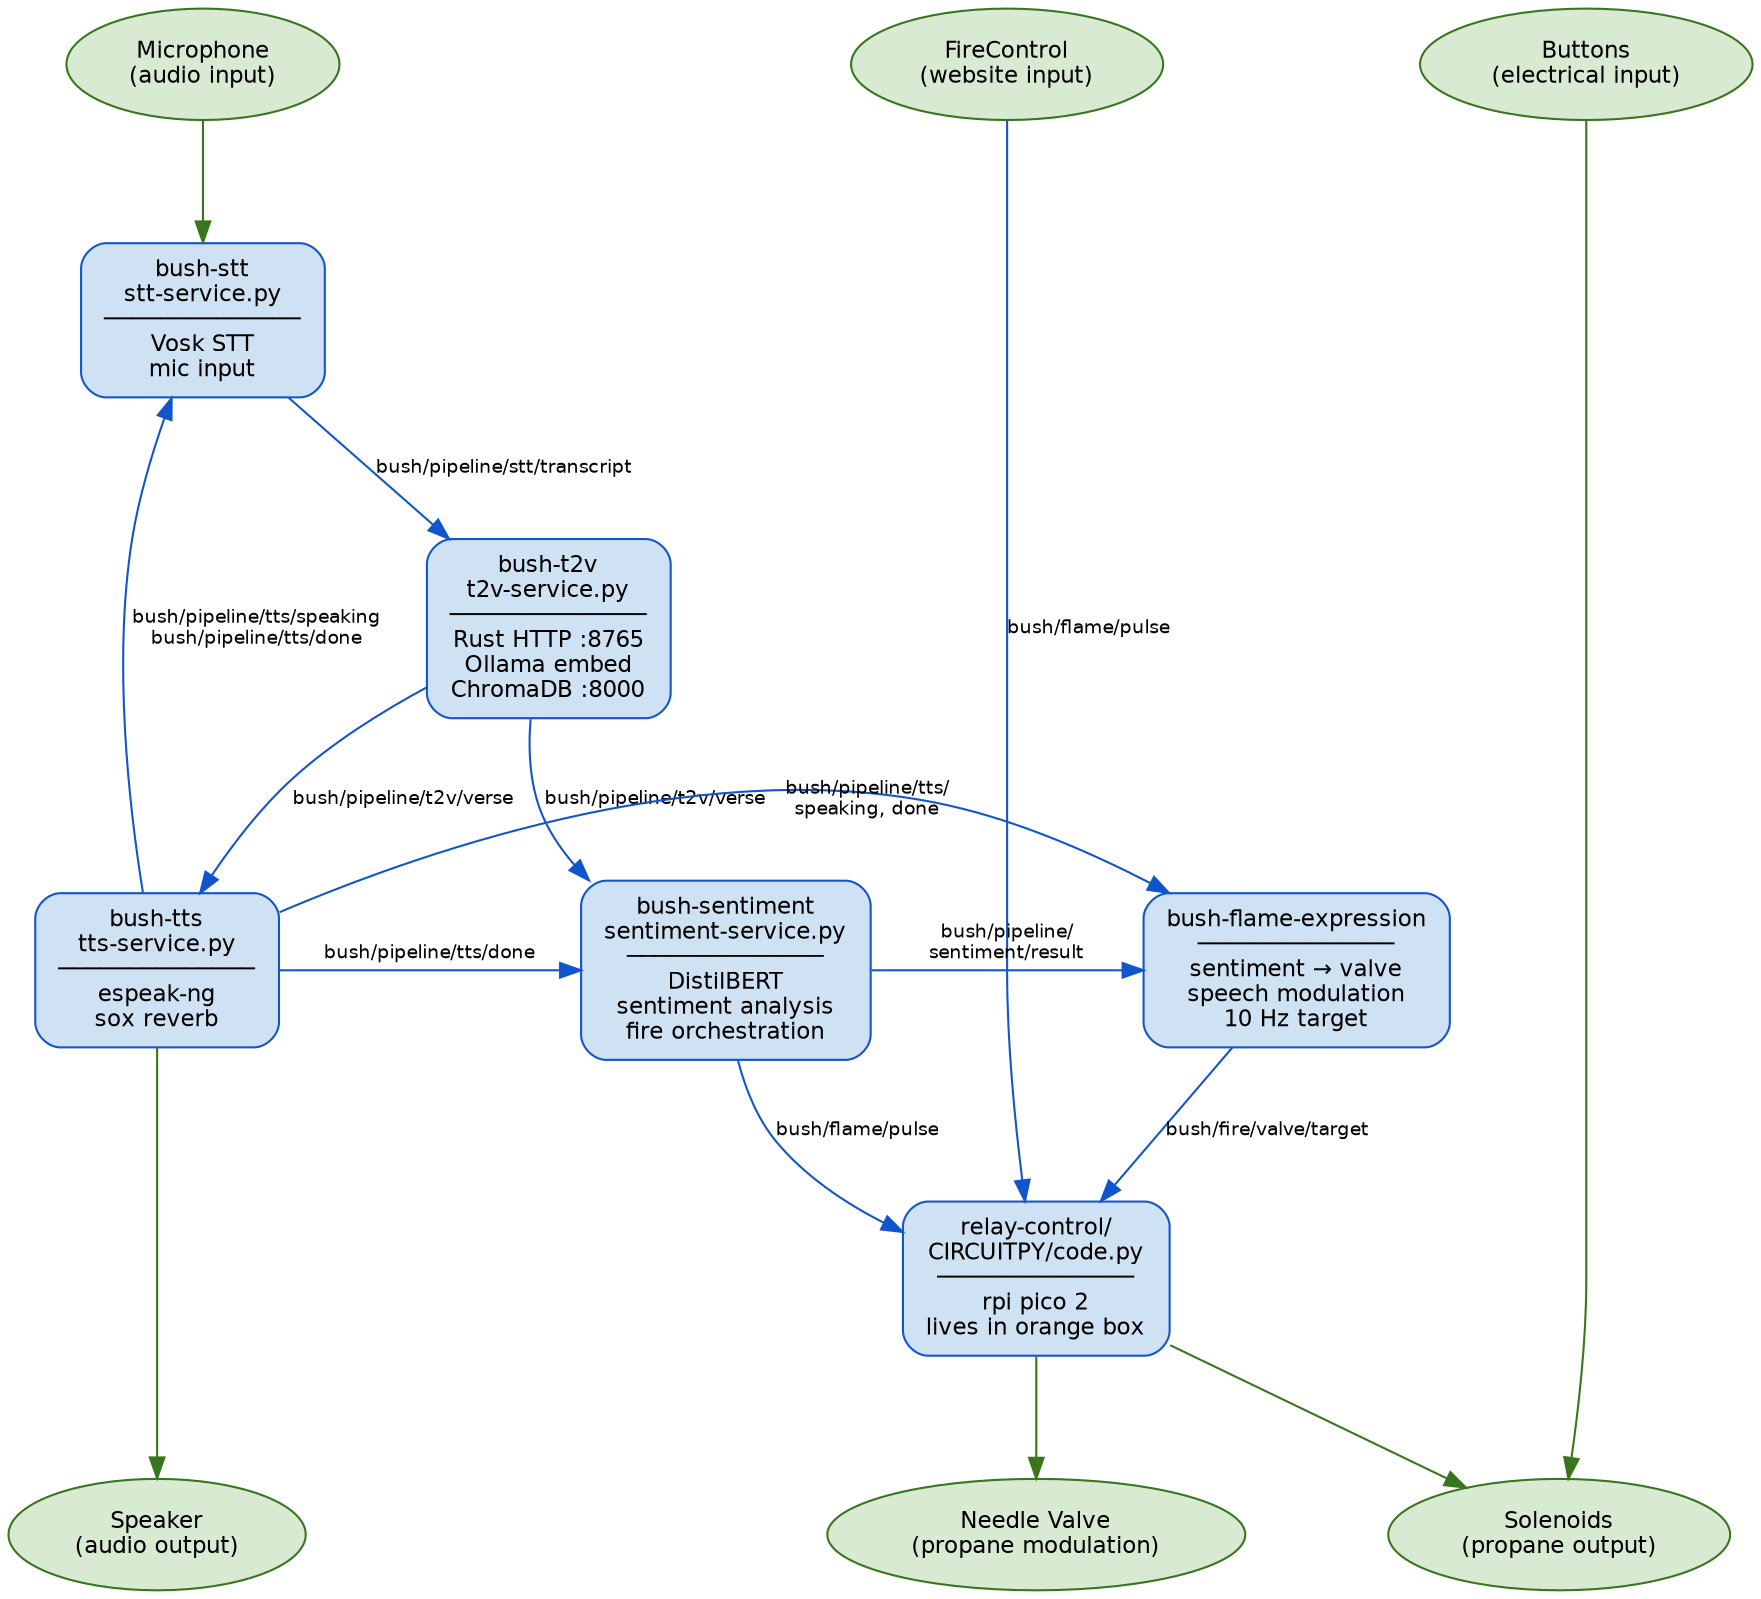
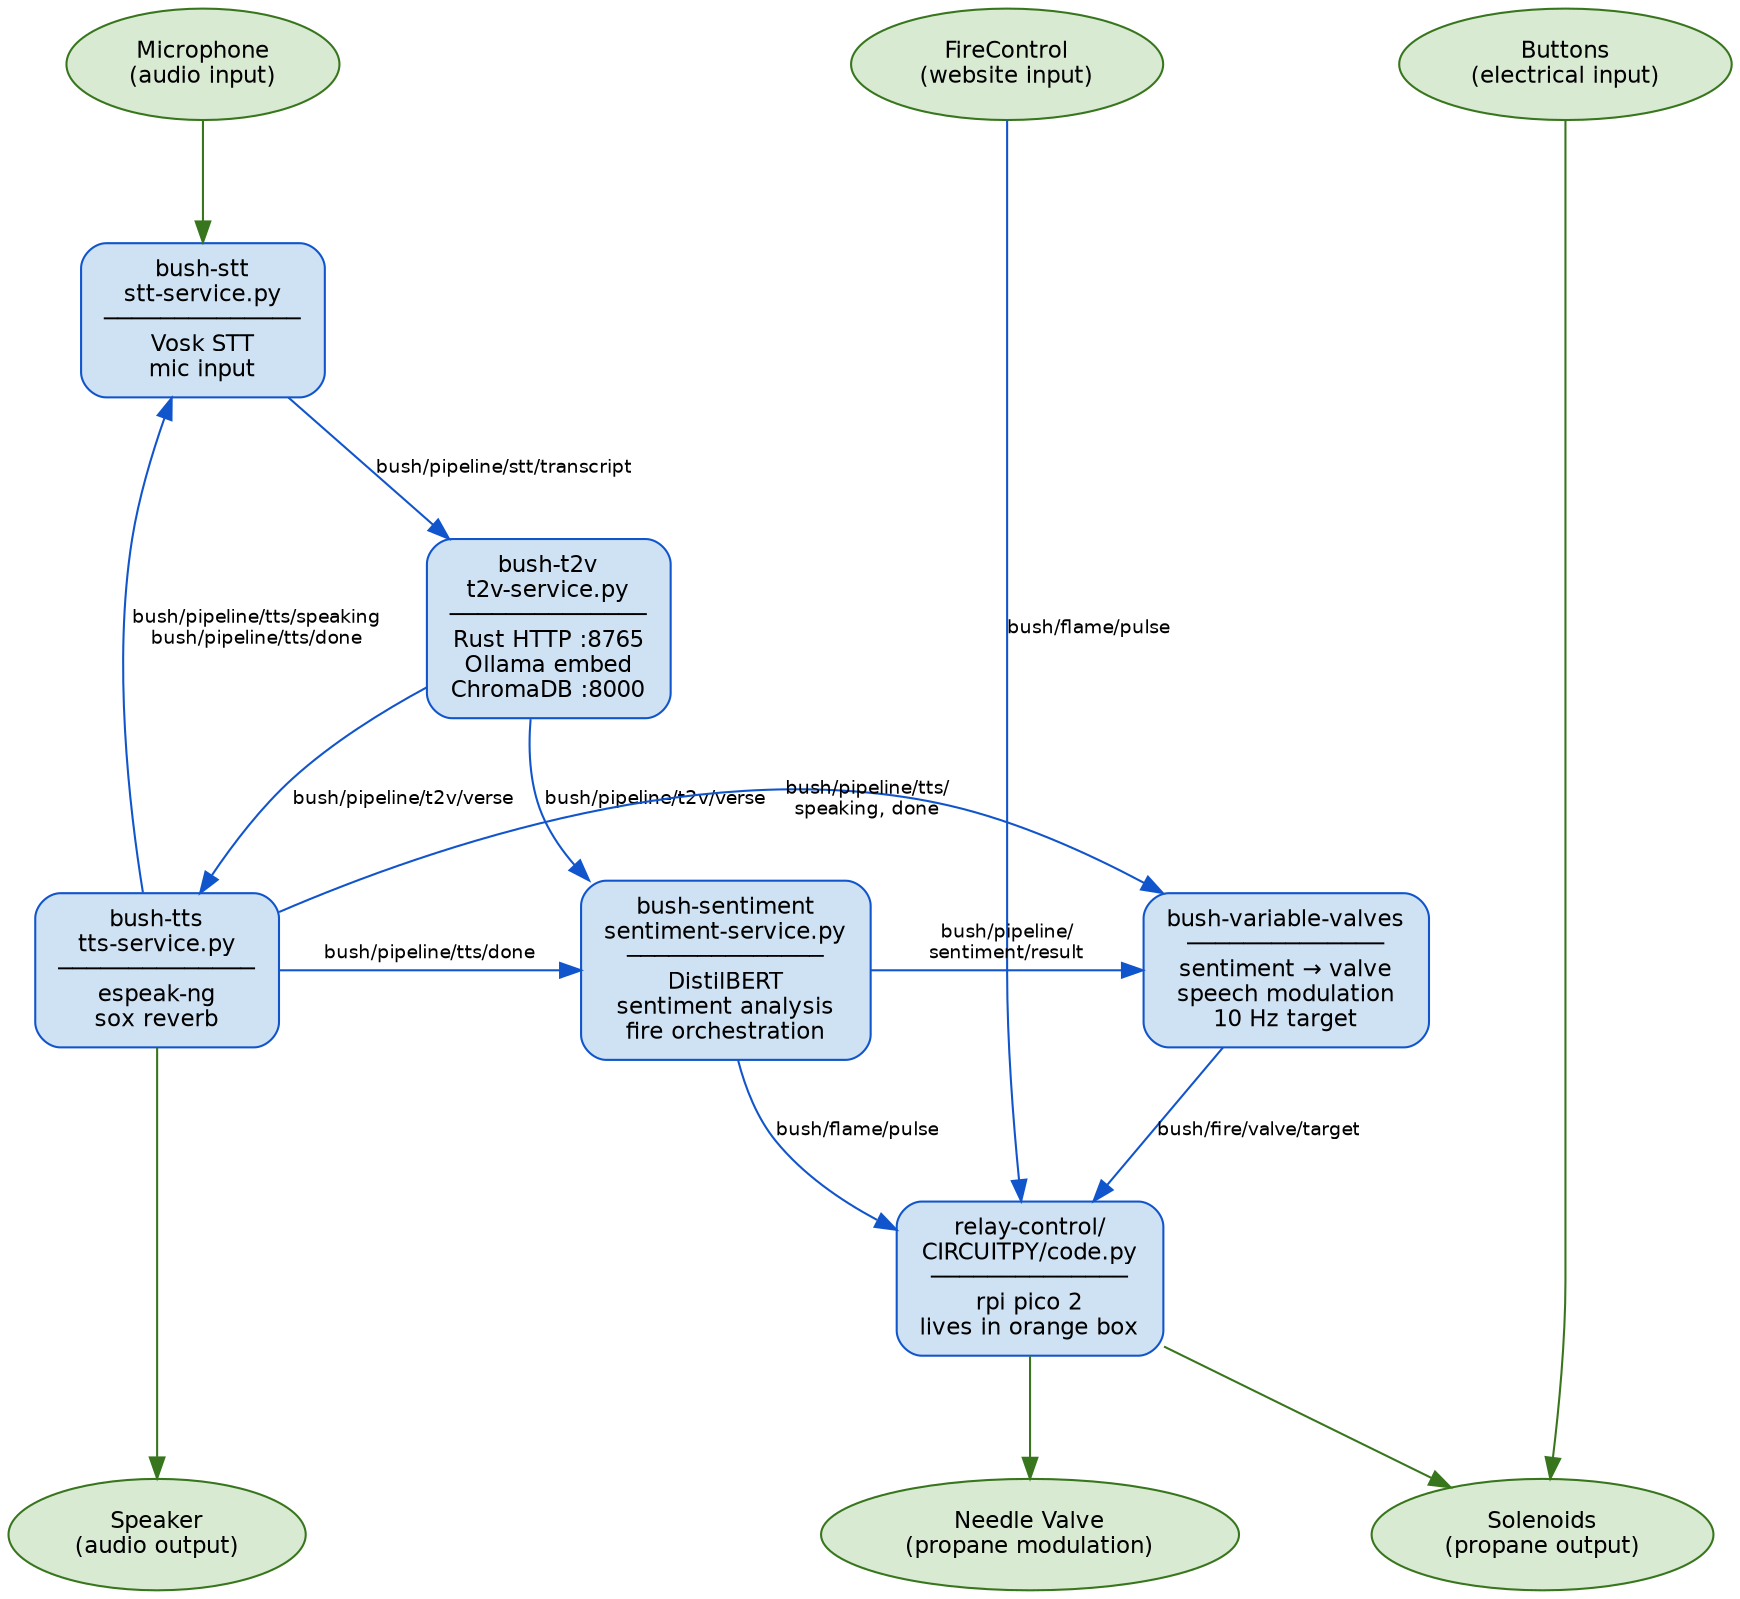
digraph bushglue {
    graph [
        rankdir=TD
        fontname="Helvetica"
        fontsize=12
        nodesep=0.6
        ranksep=0.8
        bgcolor="white"
    ]
    node [
        fontname="Helvetica"
        fontsize=11
        shape=box
        style="rounded,filled"
        fillcolor="#f5f5f5"
        color="#555555"
        margin="0.15,0.1"
    ]
    edge [
        fontname="Helvetica"
        fontsize=9
        color="#444444"
        labeldistance=2
    ]

    // IO
    MIC [label="Microphone\n(audio input)" shape=ellipse fillcolor="#d9ead3" color="#38761d"]
    SPEAKER [label="Speaker\n(audio output)" shape=ellipse fillcolor="#d9ead3" color="#38761d"]
    FLAME [label="Solenoids\n(propane output)" shape=ellipse fillcolor="#d9ead3" color="#38761d"]
    BUTTONS [label="Buttons\n(electrical input)" shape=ellipse fillcolor="#d9ead3" color="#38761d"]
    FIRECONTROL [label="FireControl\n(website input)" shape=ellipse fillcolor="#d9ead3" color="#38761d"]
    //MONITOR [label="bush-monitor\n(terminal input)" shape=ellipse fillcolor="#d9ead3" color="#38761d"]

    // Services
    STT [label="bush-stt\nstt-service.py\n──────────────\nVosk STT\nmic input" fillcolor="#cfe2f3" color="#1155cc"]
    T2V [label="bush-t2v\nt2v-service.py\n──────────────\nRust HTTP :8765\nOllama embed\nChromaDB :8000" fillcolor="#cfe2f3" color="#1155cc"]
    TTS [label="bush-tts\ntts-service.py\n──────────────\nespeak-ng\nsox reverb" fillcolor="#cfe2f3" color="#1155cc"]
    SENTIMENT [label="bush-sentiment\nsentiment-service.py\n──────────────\nDistilBERT\nsentiment analysis\nfire orchestration" fillcolor="#cfe2f3" color="#1155cc"]
    RELAYS [label="relay-control/\nCIRCUITPY/code.py\n──────────────\nrpi pico 2\nlives in orange box" fillcolor="#cfe2f3" color="#1155cc"]
-     FLAME_EXPR [label="bush-flame-expression\n──────────────\nsentiment → valve\nspeech modulation\n10 Hz target" fillcolor="#cfe2f3" color="#1155cc"]
+     FLAME_EXPR [label="bush-variable-valves\n──────────────\nsentiment → valve\nspeech modulation\n10 Hz target" fillcolor="#cfe2f3" color="#1155cc"]
    NEEDLE_VALVE [label="Needle Valve\n(propane modulation)" shape=ellipse fillcolor="#d9ead3" color="#38761d"]

    // Layout hints
    { rank=source; MIC; BUTTONS; FIRECONTROL }
    { rank=same; TTS; SENTIMENT; FLAME_EXPR }
    { rank=sink; SPEAKER; FLAME; NEEDLE_VALVE }

    // Audio paths
    MIC -> STT [color="#38761d"]
    TTS -> SPEAKER [color="#38761d"]

    // Main pipeline
    STT -> T2V [label="bush/pipeline/stt/transcript" color="#1155cc"]
    T2V -> TTS [label="bush/pipeline/t2v/verse" color="#1155cc"]
    T2V -> SENTIMENT [label="bush/pipeline/t2v/verse" color="#1155cc"]

    // TTS feedback
    TTS -> STT [label="bush/pipeline/tts/speaking\nbush/pipeline/tts/done" color="#1155cc"]
    TTS -> SENTIMENT [label="bush/pipeline/tts/done" color="#1155cc"]

    // Flame effects (solenoid pulsing)
    SENTIMENT -> RELAYS [label="bush/flame/pulse" color="#1155cc"]
    FIRECONTROL -> RELAYS [label="bush/flame/pulse" color="#1155cc"]
    BUTTONS -> FLAME [color="#38761d"]
    RELAYS -> FLAME [color="#38761d"]

    // Needle valve (smooth modulation)
    SENTIMENT -> FLAME_EXPR [label="bush/pipeline/\nsentiment/result" color="#1155cc"]
    TTS -> FLAME_EXPR [label="bush/pipeline/tts/\nspeaking, done" color="#1155cc"]
    FLAME_EXPR -> RELAYS [label="bush/fire/valve/target" color="#1155cc"]
    RELAYS -> NEEDLE_VALVE [color="#38761d"]
}
